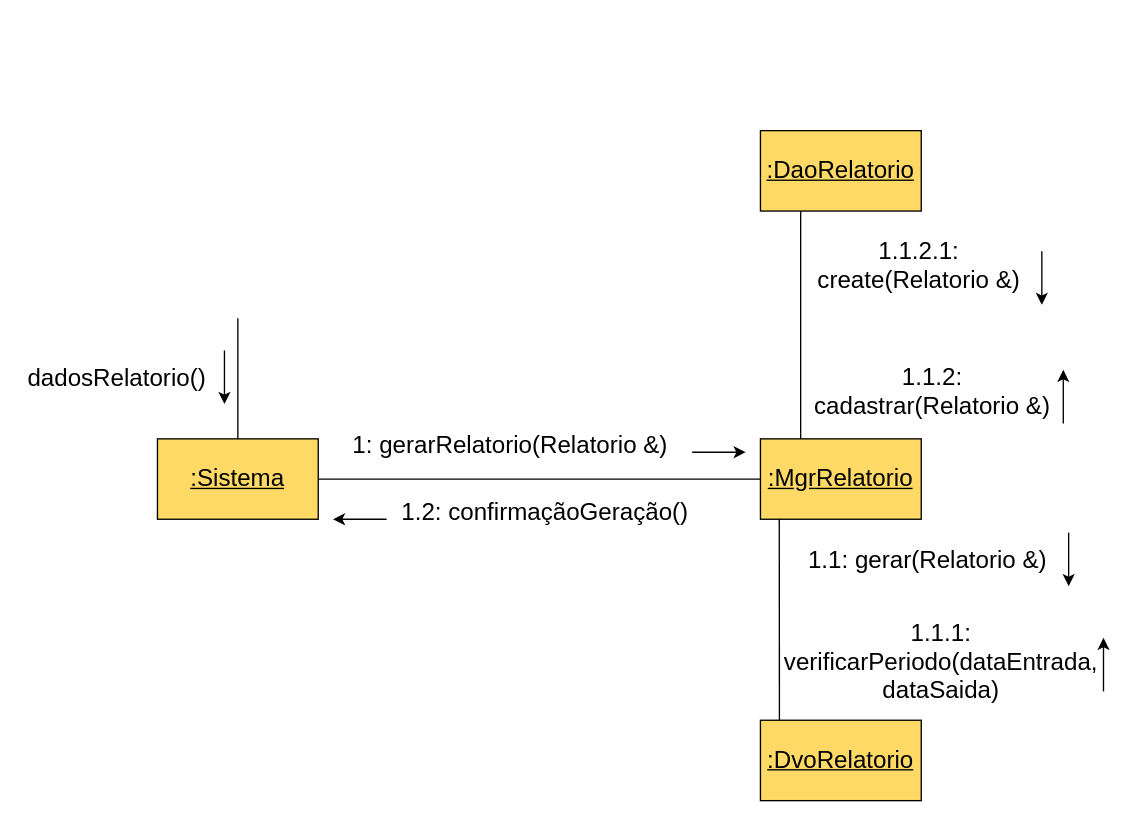
Earlier version of the draw.io diagram Documents/DC/Relatório - Cenário Principal.drawio (RenanGAS/SGH). Source tidied: cells renumbered, new cells numbered last; positions are measured from the earlier drawing's top-left corner, leaving out a move shared by most shapes. Both pictures are drawn from the tidied source at 134%, with x=0, y=0 at pixel (23, 130).
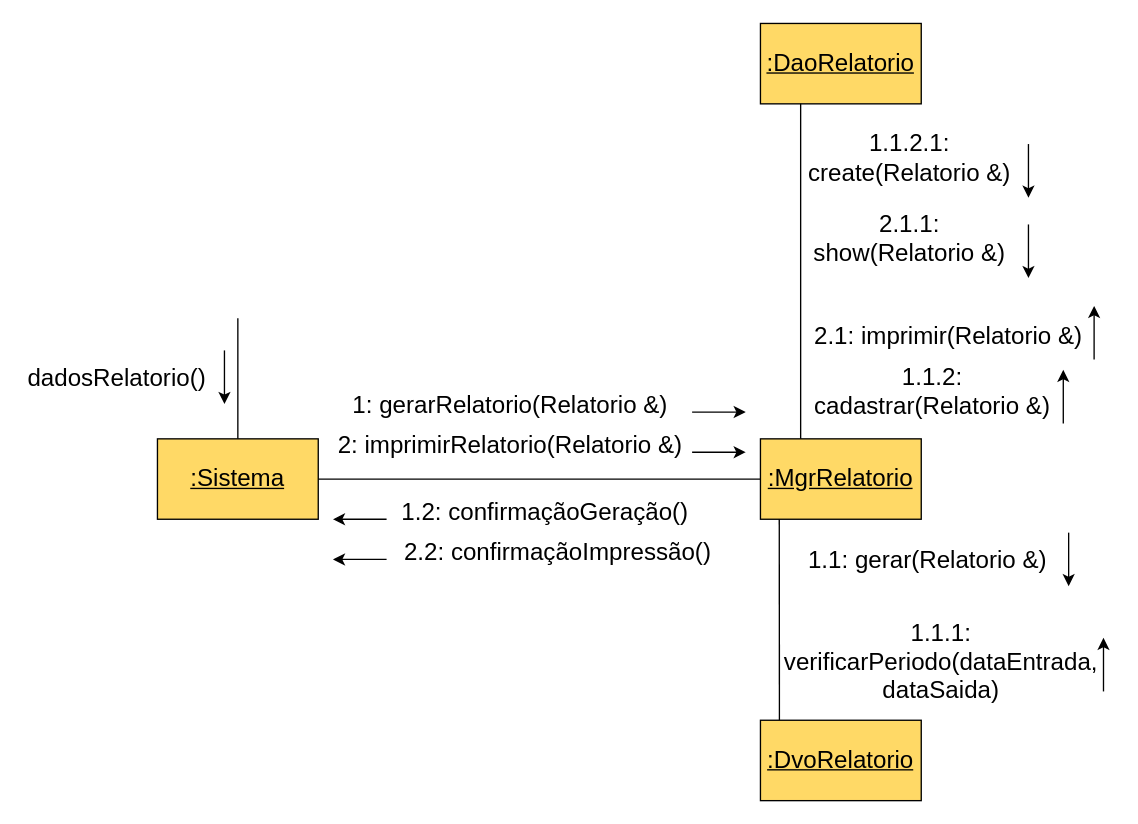
The same diagram, later.

Commit message:
feat: update Relatório - Cenário Principal - v2.1

The edit, as a diff of the source:
```diff
@@
-    <mxCell id="15" value="1: gerarRelatorio(Relatorio &amp;amp;)" style="text;html=1;strokeColor=none;fillColor=none;align=center;verticalAlign=middle;whiteSpace=wrap;rounded=0;fontSize=18;" parent="1" vertex="1">
-      <mxGeometry x="240" y="220" width="247" height="30" as="geometry" />
+    <mxCell id="15" value="2: imprimirRelatorio(Relatorio &amp;amp;)" style="text;html=1;strokeColor=none;fillColor=none;align=center;verticalAlign=middle;whiteSpace=wrap;rounded=0;fontSize=18;" parent="1" vertex="1">
+      <mxGeometry x="230" y="220" width="267" height="30" as="geometry" />
     </mxCell>
@@
     <mxCell id="19" value="1.1.2.1: &lt;br&gt;create(Relatorio &amp;amp;)" style="text;html=1;strokeColor=none;fillColor=none;align=center;verticalAlign=middle;whiteSpace=wrap;rounded=0;fontSize=18;" parent="1" vertex="1">
-      <mxGeometry x="587" y="80" width="163" height="42.2" as="geometry" />
+      <mxGeometry x="580" width="163" height="42.2" as="geometry" />
     </mxCell>
     <mxCell id="20" value="&lt;font style=&quot;font-size: 18px;&quot;&gt;&lt;u&gt;:DaoRelatorio&lt;/u&gt;&lt;/font&gt;" style="rounded=0;whiteSpace=wrap;html=1;fillColor=#FFD966;" parent="1" vertex="1">
-      <mxGeometry x="550" width="120" height="60" as="geometry" />
+      <mxGeometry x="550" y="-80" width="120" height="60" as="geometry" />
     </mxCell>
@@
     <mxCell id="23" style="endArrow=classic;html=1;rounded=0;fontSize=18;" parent="1" edge="1">
       <mxGeometry relative="1" as="geometry">
-        <mxPoint x="760" y="90" as="sourcePoint" />
-        <mxPoint x="760" y="130" as="targetPoint" />
+        <mxPoint x="750" y="10" as="sourcePoint" />
+        <mxPoint x="750" y="50" as="targetPoint" />
       </mxGeometry>
     </mxCell>
+    <mxCell id="24" value="1: gerarRelatorio(Relatorio &amp;amp;)" style="text;html=1;strokeColor=none;fillColor=none;align=center;verticalAlign=middle;whiteSpace=wrap;rounded=0;fontSize=18;" parent="1" vertex="1">
+      <mxGeometry x="240" y="190" width="247" height="30" as="geometry" />
+    </mxCell>
+    <mxCell id="25" style="endArrow=classic;html=1;rounded=0;fontSize=18;" parent="1" edge="1">
+      <mxGeometry relative="1" as="geometry">
+        <mxPoint x="499" y="210" as="sourcePoint" />
+        <mxPoint x="539" y="210" as="targetPoint" />
+      </mxGeometry>
+    </mxCell>
+    <mxCell id="26" value="2.1: imprimir(Relatorio &amp;amp;)" style="text;html=1;strokeColor=none;fillColor=none;align=center;verticalAlign=middle;whiteSpace=wrap;rounded=0;fontSize=18;" parent="1" vertex="1">
+      <mxGeometry x="587" y="140" width="206.5" height="27.8" as="geometry" />
+    </mxCell>
+    <mxCell id="27" style="endArrow=none;html=1;rounded=0;fontSize=18;startArrow=classic;startFill=1;endFill=0;" parent="1" edge="1">
+      <mxGeometry relative="1" as="geometry">
+        <mxPoint x="799" y="130.8" as="sourcePoint" />
+        <mxPoint x="799" y="170.8" as="targetPoint" />
+      </mxGeometry>
+    </mxCell>
+    <mxCell id="28" value="2.1.1: &lt;br&gt;show(Relatorio &amp;amp;)" style="text;html=1;strokeColor=none;fillColor=none;align=center;verticalAlign=middle;whiteSpace=wrap;rounded=0;fontSize=18;" parent="1" vertex="1">
+      <mxGeometry x="580" y="60" width="163" height="42.2" as="geometry" />
+    </mxCell>
+    <mxCell id="29" style="endArrow=classic;html=1;rounded=0;fontSize=18;" parent="1" edge="1">
+      <mxGeometry relative="1" as="geometry">
+        <mxPoint x="750" y="70" as="sourcePoint" />
+        <mxPoint x="750" y="110" as="targetPoint" />
+      </mxGeometry>
+    </mxCell>
+    <mxCell id="30" value="2.2: confirmaçãoImpressão()" style="text;html=1;strokeColor=none;fillColor=none;align=center;verticalAlign=middle;whiteSpace=wrap;rounded=0;fontSize=18;" parent="1" vertex="1">
+      <mxGeometry x="279" y="300" width="240" height="30" as="geometry" />
+    </mxCell>
+    <mxCell id="31" style="endArrow=none;html=1;rounded=0;fontSize=18;startArrow=classic;startFill=1;endFill=0;" parent="1" edge="1">
+      <mxGeometry relative="1" as="geometry">
+        <mxPoint x="231" y="320" as="sourcePoint" />
+        <mxPoint x="271" y="320" as="targetPoint" />
+      </mxGeometry>
+    </mxCell>
```
